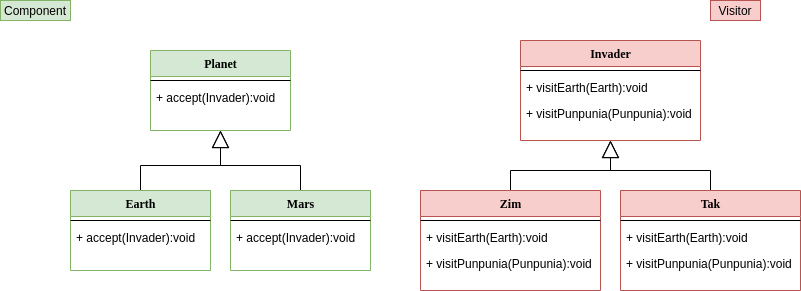
Earlier version of the draw.io export assets/behavioral/Visitor.png (nicolaskruger/designPatterns). Source tidied: cells renumbered, new cells last; positions are measured from the earlier drawing's top-left corner, leaving out a move shared by most shapes.
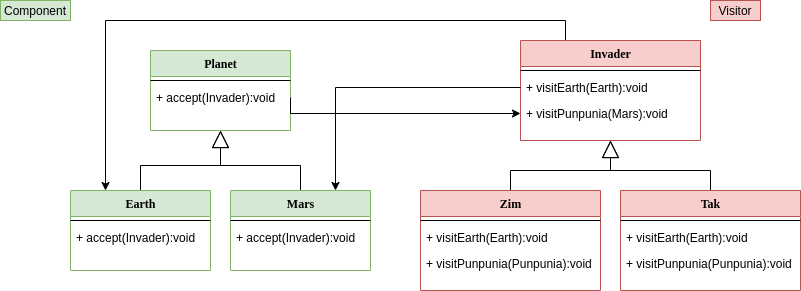
After the commit.

The edit, as a diff of the source:
```diff
@@ -44,6 +44,9 @@
     <mxCell id="15" style="edgeStyle=orthogonalEdgeStyle;rounded=0;jettySize=auto;html=1;exitX=0.5;exitY=1;exitDx=0;exitDy=0;entryX=0.5;entryY=0;entryDx=0;entryDy=0;startArrow=block;startFill=0;startSize=15;endArrow=none;endFill=0;" parent="1" edge="1" source="16" target="25">
       <mxGeometry relative="1" as="geometry" />
     </mxCell>
+    <mxCell id="29" style="edgeStyle=orthogonalEdgeStyle;rounded=0;jettySize=auto;html=1;exitX=0.25;exitY=0;exitDx=0;exitDy=0;entryX=0.25;entryY=0;entryDx=0;entryDy=0;startArrow=none;startFill=0;endArrow=classic;endFill=1;" parent="1" edge="1" source="16" target="8">
+      <mxGeometry relative="1" as="geometry" />
+    </mxCell>
     <mxCell id="16" value="Invader" style="swimlane;html=1;fontStyle=1;align=center;verticalAlign=top;horizontal=1;startSize=26;swimlaneFillColor=#ffffff;rounded=0;shadow=0;comic=0;labelBackgroundColor=none;strokeWidth=1;fillColor=#f8cecc;fontFamily=Verdana;fontSize=12;strokeColor=#b85450;" parent="1" vertex="1">
       <mxGeometry x="520" y="40" width="180" height="100" as="geometry" />
     </mxCell>
@@ -53,7 +56,7 @@
     <mxCell id="18" value="+ visitEarth(Earth):void" style="text;html=1;strokeColor=none;fillColor=none;align=left;verticalAlign=top;spacingLeft=4;spacingRight=4;whiteSpace=wrap;overflow=hidden;points=[[0,0.5],[1,0.5]];portConstraint=eastwest;" parent="16" vertex="1">
       <mxGeometry y="34" width="180" height="26" as="geometry" />
     </mxCell>
-    <mxCell id="19" value="+ visitPunpunia(Punpunia):void" style="text;html=1;strokeColor=none;fillColor=none;align=left;verticalAlign=top;spacingLeft=4;spacingRight=4;whiteSpace=wrap;overflow=hidden;points=[[0,0.5],[1,0.5]];portConstraint=eastwest;" parent="16" vertex="1">
+    <mxCell id="19" value="+ visitPunpunia(Mars):void" style="text;html=1;strokeColor=none;fillColor=none;align=left;verticalAlign=top;spacingLeft=4;spacingRight=4;whiteSpace=wrap;overflow=hidden;points=[[0,0.5],[1,0.5]];portConstraint=eastwest;" parent="16" vertex="1">
       <mxGeometry y="60" width="180" height="26" as="geometry" />
     </mxCell>
     <mxCell id="20" value="Visitor" style="text;html=1;strokeColor=#b85450;fillColor=#f8cecc;align=center;verticalAlign=middle;whiteSpace=wrap;rounded=0;" parent="1" vertex="1">
@@ -83,5 +86,15 @@
     <mxCell id="28" value="+ visitPunpunia(Punpunia):void" style="text;html=1;strokeColor=none;fillColor=none;align=left;verticalAlign=top;spacingLeft=4;spacingRight=4;whiteSpace=wrap;overflow=hidden;" parent="25" vertex="1">
       <mxGeometry y="60" width="180" height="26" as="geometry" />
     </mxCell>
+    <mxCell id="30" style="edgeStyle=orthogonalEdgeStyle;rounded=0;jettySize=auto;html=1;exitX=0;exitY=0.5;exitDx=0;exitDy=0;entryX=0.75;entryY=0;entryDx=0;entryDy=0;endArrow=classic;endFill=1;startArrow=none;startFill=0;" parent="1" edge="1" source="18" target="11">
+      <mxGeometry relative="1" as="geometry" />
+    </mxCell>
+    <mxCell id="31" style="edgeStyle=orthogonalEdgeStyle;rounded=0;jettySize=auto;html=1;exitX=1;exitY=0.5;exitDx=0;exitDy=0;entryX=0;entryY=0.5;entryDx=0;entryDy=0;startArrow=none;startFill=0;endArrow=classic;endFill=1;" parent="1" edge="1" source="6" target="19">
+      <mxGeometry relative="1" as="geometry">
+        <Array as="points">
+          <mxPoint x="290" y="113" />
+        </Array>
+      </mxGeometry>
+    </mxCell>
   </root>
 </mxGraphModel>
```
